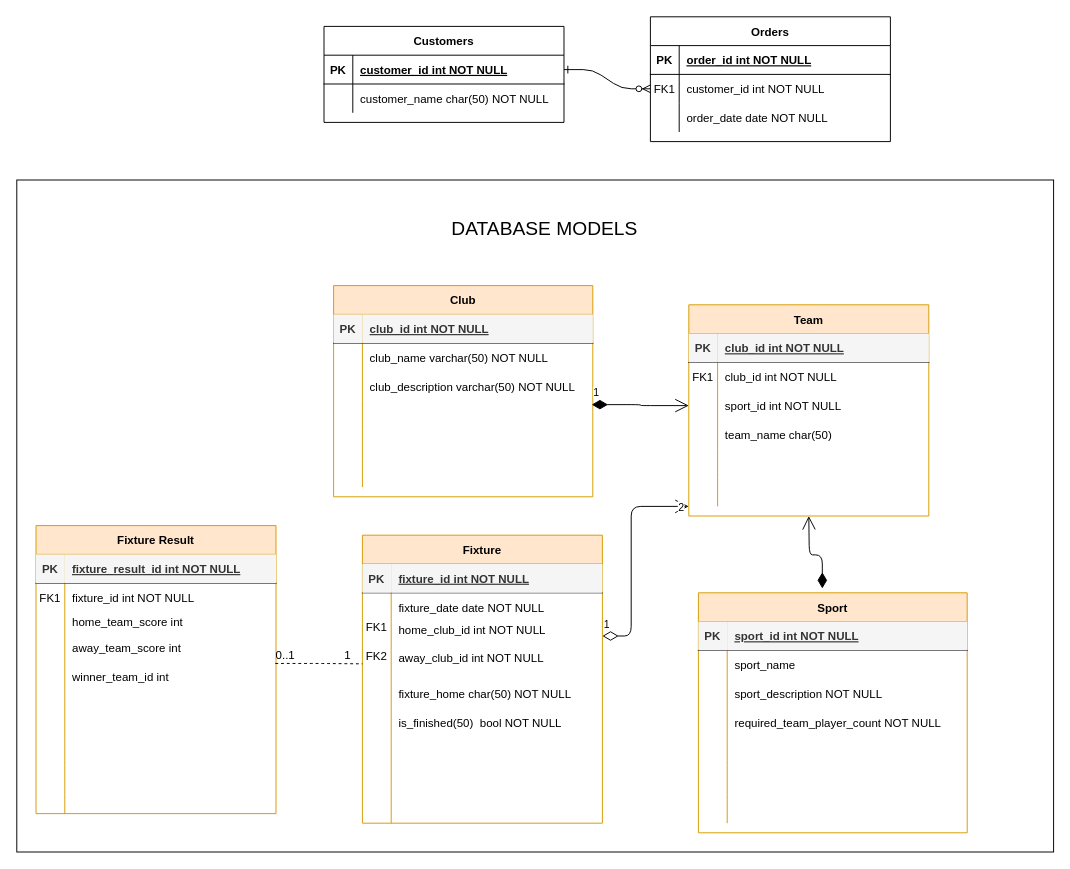
This is ObjectsRelations.drawio from eneskzlcn/SportFixtureTrackingSystem, a draw.io file, before an edit. Source tidied: cells renumbered, new cells numbered last; positions are measured from the earlier drawing's top-left corner, leaving out a move shared by most shapes. Both pictures are drawn from the tidied source at 96%, with x=0, y=0 at pixel (16, 16).
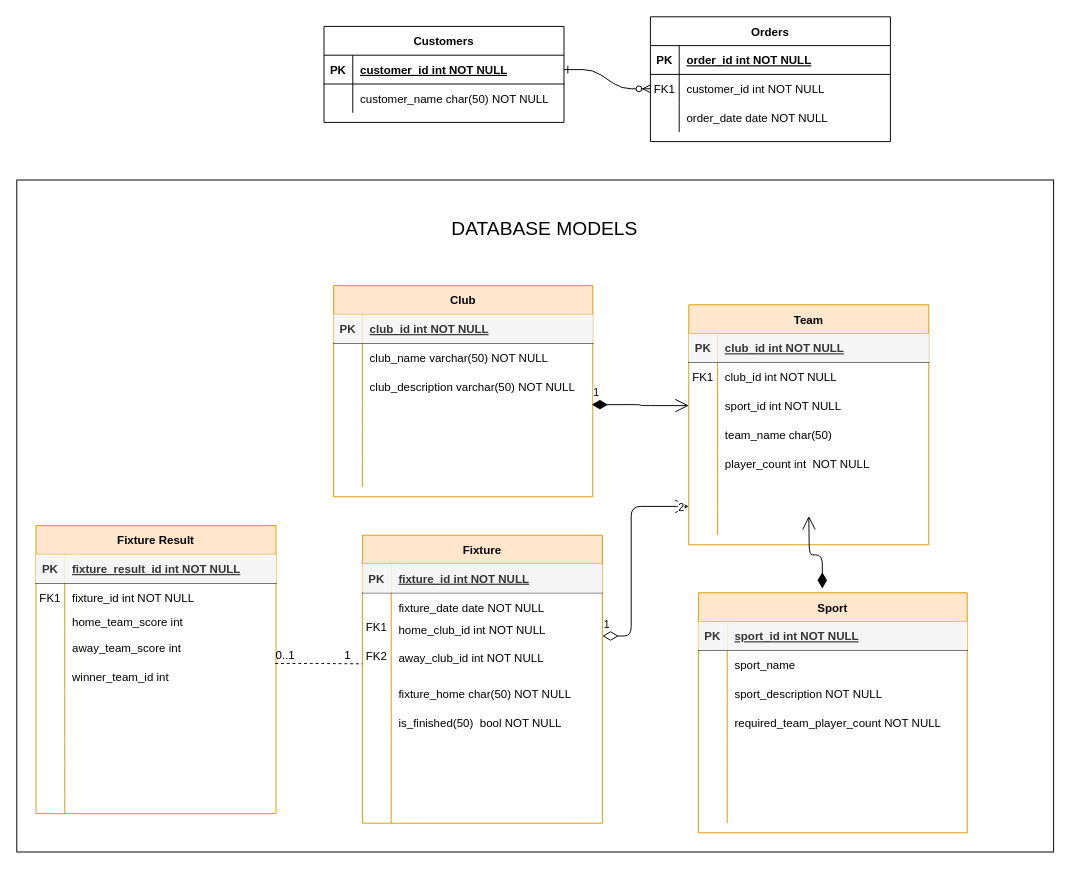
The same diagram, later.

Diff of the diagram source:
```diff
@@
     <mxCell id="93" value="Team" style="shape=table;startSize=30;childLayout=tableLayout;rowLines=0;fontStyle=1;align=center;fillColor=#ffe6cc;strokeColor=#d79b00;" parent="1" vertex="1">
-      <mxGeometry x="700" y="300" width="250" height="220" as="geometry" />
+      <mxGeometry x="700" y="300" width="250" height="250" as="geometry" />
     </mxCell>
@@
+    <mxCell id="155" style="shape=partialRectangle;fillColor=none;top=0;left=0;right=0;bottom=0;" parent="93" vertex="1">
+      <mxGeometry y="150" width="250" height="30" as="geometry" />
+    </mxCell>
+    <mxCell id="156" style="shape=partialRectangle;overflow=hidden;fillColor=none;top=0;left=0;bottom=0;right=0;" parent="155" vertex="1">
+      <mxGeometry width="30" height="30" as="geometry" />
+    </mxCell>
+    <mxCell id="157" value="player_count int  NOT NULL" style="shape=partialRectangle;overflow=hidden;fillColor=none;top=0;left=0;bottom=0;right=0;align=left;spacingLeft=6;" parent="155" vertex="1">
+      <mxGeometry x="30" width="220" height="30" as="geometry" />
+    </mxCell>
     <mxCell id="106" style="shape=partialRectangle;fillColor=none;top=0;left=0;right=0;bottom=0;" parent="93" vertex="1">
-      <mxGeometry y="150" width="250" height="30" as="geometry" />
+      <mxGeometry y="180" width="250" height="30" as="geometry" />
     </mxCell>
@@
     <mxCell id="109" style="shape=partialRectangle;fillColor=none;top=0;left=0;right=0;bottom=0;" parent="93" vertex="1">
-      <mxGeometry y="180" width="250" height="30" as="geometry" />
+      <mxGeometry y="210" width="250" height="30" as="geometry" />
     </mxCell>
```
